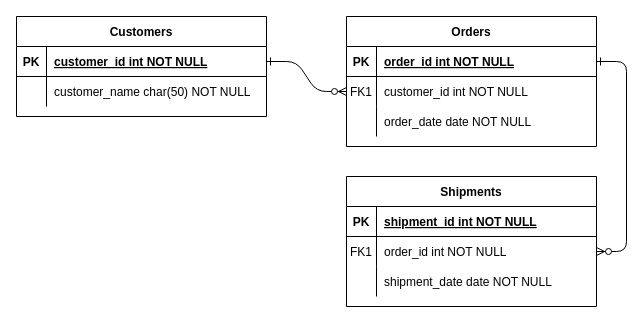
This is Untitled Diagram.drawio from hannahirungu/Answers, a draw.io file, before an edit. Source tidied: cells renumbered, new cells numbered last; positions are measured from the earlier drawing's top-left corner, leaving out a move shared by most shapes. Both pictures are drawn from the tidied source at 100%, with x=0, y=0 at pixel (16, 16).
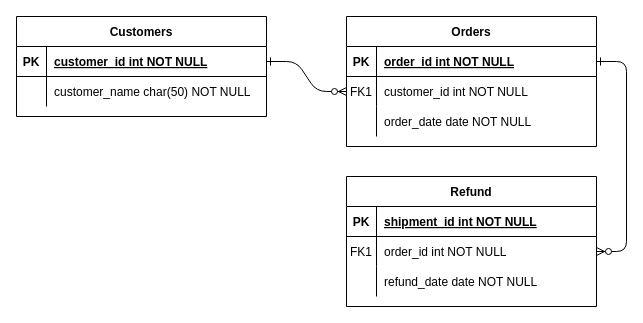
The same diagram, later.

The change refers to these unchanged cells:
```xml
<mxCell id="21" style="shape=partialRectangle;fillColor=none;top=0;left=0;right=0;bottom=0;" parent="14" vertex="1">
  <mxGeometry y="90" width="250" height="30" as="geometry" />
</mxCell>
```

The edit, as a diff of the source:
```diff
@@
-    <mxCell id="14" value="Shipments" style="shape=table;startSize=30;childLayout=tableLayout;rowLines=0;fontStyle=1;align=center;" parent="1" vertex="1">
+    <mxCell id="14" value="Refund" style="shape=table;startSize=30;childLayout=tableLayout;rowLines=0;fontStyle=1;align=center;" parent="1" vertex="1">
       <mxGeometry x="330" y="160" width="250" height="130" as="geometry" />
     </mxCell>
@@
-    <mxCell id="23" value="shipment_date date NOT NULL" style="shape=partialRectangle;overflow=hidden;fillColor=none;top=0;left=0;bottom=0;right=0;align=left;spacingLeft=6;" parent="21" vertex="1">
+    <mxCell id="23" value="refund_date date NOT NULL" style="shape=partialRectangle;overflow=hidden;fillColor=none;top=0;left=0;bottom=0;right=0;align=left;spacingLeft=6;" parent="21" vertex="1">
       <mxGeometry x="30" width="220" height="30" as="geometry" />
     </mxCell>
```
